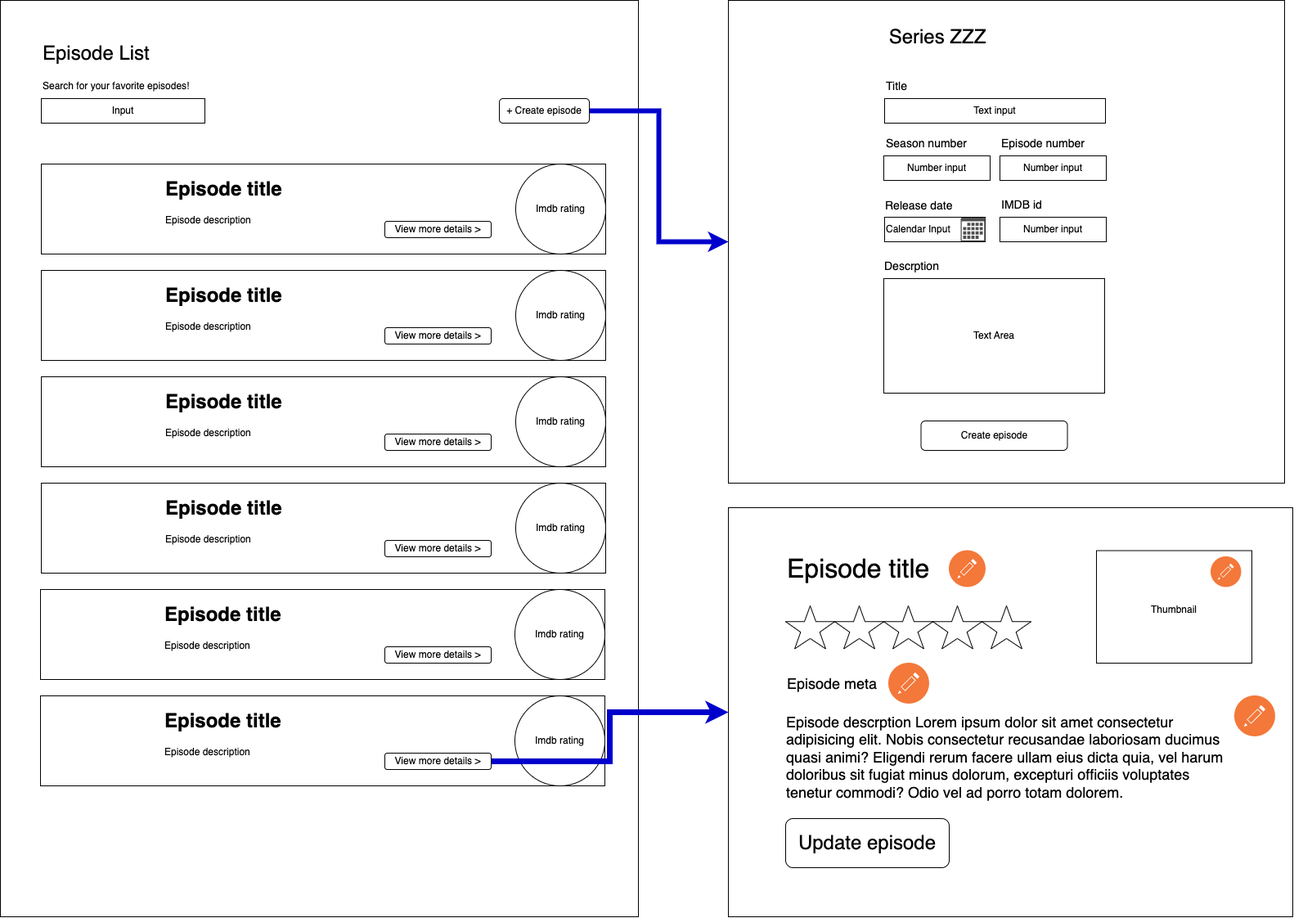
The draw.io diagram wireframes/searchPage.png in FranciscoABMMiranda/Above-Challenge, before a commit. Source tidied: cells renumbered, new cells last; positions are measured from the earlier drawing's top-left corner, leaving out a move shared by most shapes.
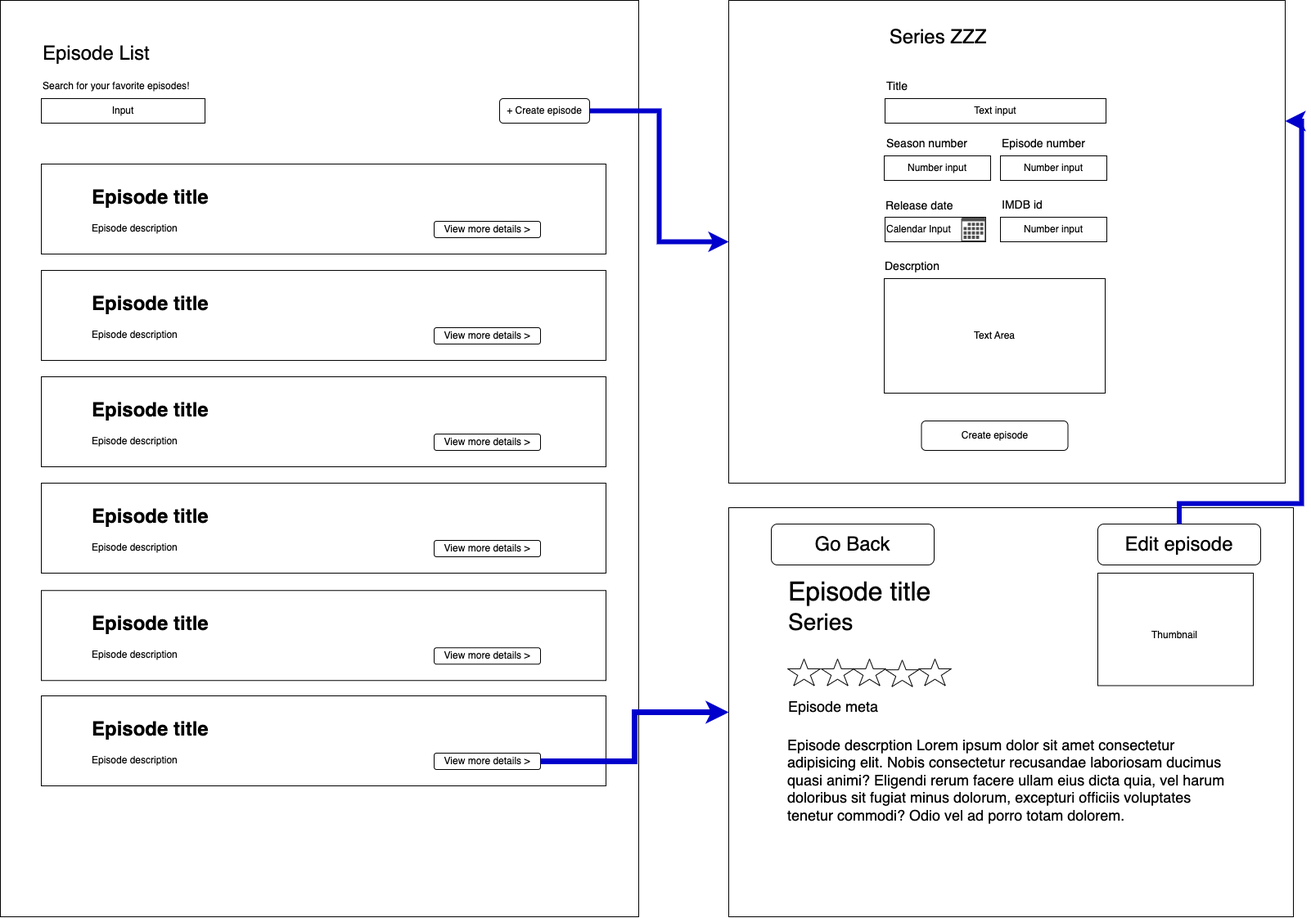
Later version of the same file.

What changed in the source:
```diff
@@ -17,57 +17,9 @@
     <mxCell id="6" style="rounded=0;whiteSpace=wrap;html=1;" parent="1" vertex="1">
       <mxGeometry x="50" y="200" width="690" height="110" as="geometry" />
     </mxCell>
-    <mxCell id="7" value="Imdb rating" style="ellipse;whiteSpace=wrap;html=1;" parent="1" vertex="1">
-      <mxGeometry x="630" y="200" width="110" height="110" as="geometry" />
-    </mxCell>
     <mxCell id="8" value="&lt;h1 style=&quot;margin-top: 0px;&quot;&gt;Episode title&lt;/h1&gt;&lt;div&gt;Episode description&amp;nbsp;&lt;/div&gt;" style="text;html=1;whiteSpace=wrap;overflow=hidden;rounded=0;" parent="1" vertex="1">
-      <mxGeometry x="200" y="210" width="190" height="70" as="geometry" />
+      <mxGeometry x="110" y="220" width="190" height="70" as="geometry" />
     </mxCell>
-    <mxCell id="9" style="rounded=0;whiteSpace=wrap;html=1;" parent="1" vertex="1">
-      <mxGeometry x="50" y="330" width="690" height="110" as="geometry" />
-    </mxCell>
-    <mxCell id="10" value="Imdb rating" style="ellipse;whiteSpace=wrap;html=1;" parent="1" vertex="1">
-      <mxGeometry x="630" y="330" width="110" height="110" as="geometry" />
-    </mxCell>
-    <mxCell id="11" value="&lt;h1 style=&quot;margin-top: 0px;&quot;&gt;Episode title&lt;/h1&gt;&lt;div&gt;Episode description&amp;nbsp;&lt;/div&gt;" style="text;html=1;whiteSpace=wrap;overflow=hidden;rounded=0;" parent="1" vertex="1">
-      <mxGeometry x="200" y="340" width="190" height="70" as="geometry" />
-    </mxCell>
-    <mxCell id="12" style="rounded=0;whiteSpace=wrap;html=1;" parent="1" vertex="1">
-      <mxGeometry x="50" y="460" width="690" height="110" as="geometry" />
-    </mxCell>
-    <mxCell id="13" value="Imdb rating" style="ellipse;whiteSpace=wrap;html=1;" parent="1" vertex="1">
-      <mxGeometry x="630" y="460" width="110" height="110" as="geometry" />
-    </mxCell>
-    <mxCell id="14" value="&lt;h1 style=&quot;margin-top: 0px;&quot;&gt;Episode title&lt;/h1&gt;&lt;div&gt;Episode description&amp;nbsp;&lt;/div&gt;" style="text;html=1;whiteSpace=wrap;overflow=hidden;rounded=0;" parent="1" vertex="1">
-      <mxGeometry x="200" y="470" width="190" height="70" as="geometry" />
-    </mxCell>
-    <mxCell id="15" style="rounded=0;whiteSpace=wrap;html=1;" parent="1" vertex="1">
-      <mxGeometry x="50" y="590" width="690" height="110" as="geometry" />
-    </mxCell>
-    <mxCell id="16" value="Imdb rating" style="ellipse;whiteSpace=wrap;html=1;" parent="1" vertex="1">
-      <mxGeometry x="630" y="590" width="110" height="110" as="geometry" />
-    </mxCell>
-    <mxCell id="17" value="&lt;h1 style=&quot;margin-top: 0px;&quot;&gt;Episode title&lt;/h1&gt;&lt;div&gt;Episode description&amp;nbsp;&lt;/div&gt;" style="text;html=1;whiteSpace=wrap;overflow=hidden;rounded=0;" parent="1" vertex="1">
-      <mxGeometry x="200" y="600" width="190" height="70" as="geometry" />
-    </mxCell>
-    <mxCell id="18" style="rounded=0;whiteSpace=wrap;html=1;" parent="1" vertex="1">
-      <mxGeometry x="49" y="720" width="690" height="110" as="geometry" />
-    </mxCell>
-    <mxCell id="19" value="Imdb rating" style="ellipse;whiteSpace=wrap;html=1;" parent="1" vertex="1">
-      <mxGeometry x="629" y="720" width="110" height="110" as="geometry" />
-    </mxCell>
-    <mxCell id="20" value="&lt;h1 style=&quot;margin-top: 0px;&quot;&gt;Episode title&lt;/h1&gt;&lt;div&gt;Episode description&amp;nbsp;&lt;/div&gt;" style="text;html=1;whiteSpace=wrap;overflow=hidden;rounded=0;" parent="1" vertex="1">
-      <mxGeometry x="199" y="730" width="190" height="70" as="geometry" />
-    </mxCell>
-    <mxCell id="21" style="rounded=0;whiteSpace=wrap;html=1;" parent="1" vertex="1">
-      <mxGeometry x="49" y="850" width="690" height="110" as="geometry" />
-    </mxCell>
-    <mxCell id="22" value="Imdb rating" style="ellipse;whiteSpace=wrap;html=1;" parent="1" vertex="1">
-      <mxGeometry x="629" y="850" width="110" height="110" as="geometry" />
-    </mxCell>
-    <mxCell id="23" value="&lt;h1 style=&quot;margin-top: 0px;&quot;&gt;Episode title&lt;/h1&gt;&lt;div&gt;Episode description&amp;nbsp;&lt;/div&gt;" style="text;html=1;whiteSpace=wrap;overflow=hidden;rounded=0;" parent="1" vertex="1">
-      <mxGeometry x="199" y="860" width="190" height="70" as="geometry" />
-    </mxCell>
     <mxCell id="24" style="edgeStyle=orthogonalEdgeStyle;rounded=0;jettySize=auto;html=1;exitX=1;exitY=0.5;exitDx=0;exitDy=0;strokeWidth=6;strokeColor=#0000CC;" parent="1" edge="1" source="25" target="48">
       <mxGeometry relative="1" as="geometry" />
     </mxCell>
@@ -75,70 +27,31 @@
       <mxGeometry x="610" y="120" width="110" height="30" as="geometry" />
     </mxCell>
     <mxCell id="26" value="View more details &amp;gt;" style="rounded=1;whiteSpace=wrap;html=1;" parent="1" vertex="1">
-      <mxGeometry x="470" y="270" width="130" height="20" as="geometry" />
+      <mxGeometry x="530" y="270" width="130" height="20" as="geometry" />
     </mxCell>
-    <mxCell id="27" value="View more details &amp;gt;" style="rounded=1;whiteSpace=wrap;html=1;" parent="1" vertex="1">
-      <mxGeometry x="470" y="400" width="130" height="20" as="geometry" />
-    </mxCell>
-    <mxCell id="28" value="View more details &amp;gt;" style="rounded=1;whiteSpace=wrap;html=1;" parent="1" vertex="1">
-      <mxGeometry x="470" y="530" width="130" height="20" as="geometry" />
-    </mxCell>
-    <mxCell id="29" value="View more details &amp;gt;" style="rounded=1;whiteSpace=wrap;html=1;" parent="1" vertex="1">
-      <mxGeometry x="470" y="660" width="130" height="20" as="geometry" />
-    </mxCell>
-    <mxCell id="30" value="View more details &amp;gt;" style="rounded=1;whiteSpace=wrap;html=1;" parent="1" vertex="1">
-      <mxGeometry x="470" y="790" width="130" height="20" as="geometry" />
-    </mxCell>
-    <mxCell id="31" style="edgeStyle=orthogonalEdgeStyle;rounded=0;jettySize=auto;html=1;entryX=0;entryY=0.5;entryDx=0;entryDy=0;strokeWidth=7;strokeColor=#0000CC;" parent="1" edge="1" source="32" target="33">
-      <mxGeometry relative="1" as="geometry" />
-    </mxCell>
-    <mxCell id="32" value="View more details &amp;gt;" style="rounded=1;whiteSpace=wrap;html=1;" parent="1" vertex="1">
-      <mxGeometry x="470" y="920" width="130" height="20" as="geometry" />
-    </mxCell>
     <mxCell id="33" style="rounded=0;whiteSpace=wrap;html=1;" parent="1" vertex="1">
       <mxGeometry x="890" y="620" width="690" height="500" as="geometry" />
     </mxCell>
     <mxCell id="34" value="&lt;font style=&quot;font-size: 32px;&quot;&gt;Episode title&lt;/font&gt;" style="text;html=1;align=left;verticalAlign=middle;whiteSpace=wrap;rounded=0;" parent="1" vertex="1">
-      <mxGeometry x="960" y="680" width="200" height="30" as="geometry" />
+      <mxGeometry x="961" y="707.5" width="200" height="30" as="geometry" />
     </mxCell>
-    <mxCell id="35" style="image;perimeter=ellipsePerimeter;html=1;align=center;shadow=0;dashed=0;fontColor=#4277BB;labelBackgroundColor=default;fontSize=12;spacingTop=3;image=img/lib/ibm/devops/code_editor.svg;" parent="1" vertex="1">
-      <mxGeometry x="1160" y="672.5" width="45" height="45" as="geometry" />
-    </mxCell>
     <mxCell id="36" value="&lt;font style=&quot;font-size: 18px;&quot;&gt;Episode descrption Lorem ipsum dolor sit amet consectetur adipisicing elit. Nobis consectetur recusandae laboriosam ducimus quasi animi? Eligendi rerum facere ullam eius dicta quia, vel harum doloribus sit fugiat minus dolorum, excepturi officiis voluptates tenetur commodi? Odio vel ad porro totam dolorem.&lt;/font&gt;" style="text;html=1;align=left;verticalAlign=middle;whiteSpace=wrap;rounded=0;" parent="1" vertex="1">
-      <mxGeometry x="959" y="870" width="550" height="110" as="geometry" />
+      <mxGeometry x="960" y="897.5" width="550" height="110" as="geometry" />
     </mxCell>
-    <mxCell id="37" style="image;perimeter=ellipsePerimeter;html=1;align=center;shadow=0;dashed=0;fontColor=#4277BB;labelBackgroundColor=default;fontSize=12;spacingTop=3;image=img/lib/ibm/devops/code_editor.svg;" parent="1" vertex="1">
-      <mxGeometry x="1509" y="850" width="50" height="50" as="geometry" />
-    </mxCell>
     <mxCell id="38" style="verticalLabelPosition=bottom;verticalAlign=top;html=1;shape=mxgraph.basic.star;" parent="1" vertex="1">
-      <mxGeometry x="960" y="740" width="60" height="52.5" as="geometry" />
+      <mxGeometry x="962" y="805" width="40" height="32.5" as="geometry" />
     </mxCell>
-    <mxCell id="39" style="verticalLabelPosition=bottom;verticalAlign=top;html=1;shape=mxgraph.basic.star;" parent="1" vertex="1">
-      <mxGeometry x="1020" y="740" width="60" height="52.5" as="geometry" />
-    </mxCell>
-    <mxCell id="40" style="verticalLabelPosition=bottom;verticalAlign=top;html=1;shape=mxgraph.basic.star;" parent="1" vertex="1">
-      <mxGeometry x="1200" y="740" width="60" height="52.5" as="geometry" />
-    </mxCell>
-    <mxCell id="41" style="verticalLabelPosition=bottom;verticalAlign=top;html=1;shape=mxgraph.basic.star;" parent="1" vertex="1">
-      <mxGeometry x="1140" y="740" width="60" height="52.5" as="geometry" />
-    </mxCell>
-    <mxCell id="42" style="verticalLabelPosition=bottom;verticalAlign=top;html=1;shape=mxgraph.basic.star;" parent="1" vertex="1">
-      <mxGeometry x="1080" y="740" width="60" height="52.5" as="geometry" />
-    </mxCell>
     <mxCell id="43" style="rounded=0;whiteSpace=wrap;html=1;" parent="1" vertex="1">
-      <mxGeometry x="1340" y="672.5" width="190" height="137.5" as="geometry" />
+      <mxGeometry x="1341" y="700" width="190" height="137.5" as="geometry" />
     </mxCell>
     <mxCell id="44" value="Thumbnail" style="text;html=1;align=center;verticalAlign=middle;whiteSpace=wrap;rounded=0;" parent="1" vertex="1">
-      <mxGeometry x="1405" y="730" width="60" height="30" as="geometry" />
+      <mxGeometry x="1405" y="761.2" width="60" height="30" as="geometry" />
     </mxCell>
-    <mxCell id="45" style="image;perimeter=ellipsePerimeter;html=1;align=center;shadow=0;dashed=0;fontColor=#4277BB;labelBackgroundColor=default;fontSize=12;spacingTop=3;image=img/lib/ibm/devops/code_editor.svg;" parent="1" vertex="1">
-      <mxGeometry x="1480" y="680" width="37.5" height="37.5" as="geometry" />
-    </mxCell>
-    <mxCell id="46" value="&lt;font style=&quot;font-size: 24px;&quot;&gt;Update&amp;nbsp;episode&lt;/font&gt;" style="rounded=1;whiteSpace=wrap;html=1;" parent="1" vertex="1">
-      <mxGeometry x="960" y="1000" width="200" height="60" as="geometry" />
+    <mxCell id="46" value="&lt;font style=&quot;font-size: 24px;&quot;&gt;Edit episode&lt;/font&gt;" style="rounded=1;whiteSpace=wrap;html=1;" parent="1" vertex="1">
+      <mxGeometry x="1341" y="640" width="199" height="50" as="geometry" />
     </mxCell>
     <mxCell id="47" value="&lt;font style=&quot;font-size: 18px;&quot;&gt;Episode meta&lt;/font&gt;" style="text;html=1;align=left;verticalAlign=middle;whiteSpace=wrap;rounded=0;" parent="1" vertex="1">
-      <mxGeometry x="960" y="820" width="260" height="30" as="geometry" />
+      <mxGeometry x="961" y="847.5" width="260" height="30" as="geometry" />
     </mxCell>
     <mxCell id="48" style="rounded=0;whiteSpace=wrap;html=1;" parent="1" vertex="1">
       <mxGeometry x="890" width="680" height="590" as="geometry" />
@@ -188,8 +101,74 @@
     <mxCell id="63" value="Create episode" style="rounded=1;whiteSpace=wrap;html=1;" parent="1" vertex="1">
       <mxGeometry x="1125.5" y="514" width="179" height="36" as="geometry" />
     </mxCell>
-    <mxCell id="64" style="image;perimeter=ellipsePerimeter;html=1;align=center;shadow=0;dashed=0;fontColor=#4277BB;labelBackgroundColor=default;fontSize=12;spacingTop=3;image=img/lib/ibm/devops/code_editor.svg;" parent="1" vertex="1">
-      <mxGeometry x="1086" y="810" width="50" height="50" as="geometry" />
-    </mxCell>
+    <mxCell id="65" value="&lt;font style=&quot;font-size: 28px;&quot;&gt;Series&lt;/font&gt;" style="text;html=1;align=left;verticalAlign=middle;whiteSpace=wrap;rounded=0;" parent="1" vertex="1">
+      <mxGeometry x="961" y="745" width="200" height="30" as="geometry" />
+    </mxCell>
+    <mxCell id="66" style="verticalLabelPosition=bottom;verticalAlign=top;html=1;shape=mxgraph.basic.star;" parent="1" vertex="1">
+      <mxGeometry x="1003" y="805" width="40" height="32.5" as="geometry" />
+    </mxCell>
+    <mxCell id="67" style="verticalLabelPosition=bottom;verticalAlign=top;html=1;shape=mxgraph.basic.star;" parent="1" vertex="1">
+      <mxGeometry x="1042" y="805" width="40" height="32.5" as="geometry" />
+    </mxCell>
+    <mxCell id="68" style="verticalLabelPosition=bottom;verticalAlign=top;html=1;shape=mxgraph.basic.star;" parent="1" vertex="1">
+      <mxGeometry x="1082" y="806.2" width="40" height="32.5" as="geometry" />
+    </mxCell>
+    <mxCell id="69" style="verticalLabelPosition=bottom;verticalAlign=top;html=1;shape=mxgraph.basic.star;" parent="1" vertex="1">
+      <mxGeometry x="1122" y="805" width="40" height="32.5" as="geometry" />
+    </mxCell>
+    <mxCell id="9" style="rounded=0;whiteSpace=wrap;html=1;" parent="1" vertex="1">
+      <mxGeometry x="50" y="330" width="690" height="110" as="geometry" />
+    </mxCell>
+    <mxCell id="70" value="&lt;h1 style=&quot;margin-top: 0px;&quot;&gt;Episode title&lt;/h1&gt;&lt;div&gt;Episode description&amp;nbsp;&lt;/div&gt;" style="text;html=1;whiteSpace=wrap;overflow=hidden;rounded=0;" parent="1" vertex="1">
+      <mxGeometry x="110" y="350" width="190" height="70" as="geometry" />
+    </mxCell>
+    <mxCell id="71" value="View more details &amp;gt;" style="rounded=1;whiteSpace=wrap;html=1;" parent="1" vertex="1">
+      <mxGeometry x="530" y="400" width="130" height="20" as="geometry" />
+    </mxCell>
+    <mxCell id="12" style="rounded=0;whiteSpace=wrap;html=1;" parent="1" vertex="1">
+      <mxGeometry x="50" y="460" width="690" height="110" as="geometry" />
+    </mxCell>
+    <mxCell id="72" value="&lt;h1 style=&quot;margin-top: 0px;&quot;&gt;Episode title&lt;/h1&gt;&lt;div&gt;Episode description&amp;nbsp;&lt;/div&gt;" style="text;html=1;whiteSpace=wrap;overflow=hidden;rounded=0;" parent="1" vertex="1">
+      <mxGeometry x="110" y="480" width="190" height="70" as="geometry" />
+    </mxCell>
+    <mxCell id="73" value="View more details &amp;gt;" style="rounded=1;whiteSpace=wrap;html=1;" parent="1" vertex="1">
+      <mxGeometry x="530" y="530" width="130" height="20" as="geometry" />
+    </mxCell>
+    <mxCell id="15" style="rounded=0;whiteSpace=wrap;html=1;" parent="1" vertex="1">
+      <mxGeometry x="50" y="590" width="690" height="110" as="geometry" />
+    </mxCell>
+    <mxCell id="74" value="&lt;h1 style=&quot;margin-top: 0px;&quot;&gt;Episode title&lt;/h1&gt;&lt;div&gt;Episode description&amp;nbsp;&lt;/div&gt;" style="text;html=1;whiteSpace=wrap;overflow=hidden;rounded=0;" parent="1" vertex="1">
+      <mxGeometry x="110" y="610" width="190" height="70" as="geometry" />
+    </mxCell>
+    <mxCell id="75" value="View more details &amp;gt;" style="rounded=1;whiteSpace=wrap;html=1;" parent="1" vertex="1">
+      <mxGeometry x="530" y="660" width="130" height="20" as="geometry" />
+    </mxCell>
+    <mxCell id="76" style="rounded=0;whiteSpace=wrap;html=1;" parent="1" vertex="1">
+      <mxGeometry x="50" y="850" width="690" height="110" as="geometry" />
+    </mxCell>
+    <mxCell id="77" value="&lt;h1 style=&quot;margin-top: 0px;&quot;&gt;Episode title&lt;/h1&gt;&lt;div&gt;Episode description&amp;nbsp;&lt;/div&gt;" style="text;html=1;whiteSpace=wrap;overflow=hidden;rounded=0;" parent="1" vertex="1">
+      <mxGeometry x="110" y="870" width="190" height="70" as="geometry" />
+    </mxCell>
+    <mxCell id="78" value="View more details &amp;gt;" style="rounded=1;whiteSpace=wrap;html=1;" parent="1" vertex="1">
+      <mxGeometry x="530" y="920" width="130" height="20" as="geometry" />
+    </mxCell>
+    <mxCell id="31" style="edgeStyle=orthogonalEdgeStyle;rounded=0;jettySize=auto;html=1;entryX=0;entryY=0.5;entryDx=0;entryDy=0;strokeWidth=7;strokeColor=#0000CC;exitX=1;exitY=0.5;exitDx=0;exitDy=0;" parent="1" edge="1" source="78" target="33">
+      <mxGeometry relative="1" as="geometry" />
+    </mxCell>
+    <mxCell id="79" style="rounded=0;whiteSpace=wrap;html=1;" parent="1" vertex="1">
+      <mxGeometry x="50" y="721.2" width="690" height="110" as="geometry" />
+    </mxCell>
+    <mxCell id="80" value="&lt;h1 style=&quot;margin-top: 0px;&quot;&gt;Episode title&lt;/h1&gt;&lt;div&gt;Episode description&amp;nbsp;&lt;/div&gt;" style="text;html=1;whiteSpace=wrap;overflow=hidden;rounded=0;" parent="1" vertex="1">
+      <mxGeometry x="110" y="741.2" width="190" height="70" as="geometry" />
+    </mxCell>
+    <mxCell id="81" value="View more details &amp;gt;" style="rounded=1;whiteSpace=wrap;html=1;" parent="1" vertex="1">
+      <mxGeometry x="530" y="791.2" width="130" height="20" as="geometry" />
+    </mxCell>
+    <mxCell id="82" value="&lt;font style=&quot;font-size: 24px;&quot;&gt;Go Back&lt;/font&gt;" style="rounded=1;whiteSpace=wrap;html=1;" parent="1" vertex="1">
+      <mxGeometry x="942" y="640" width="199" height="50" as="geometry" />
+    </mxCell>
+    <mxCell id="83" style="edgeStyle=orthogonalEdgeStyle;rounded=0;jettySize=auto;html=1;exitX=0.5;exitY=0;exitDx=0;exitDy=0;strokeWidth=6;strokeColor=#0000CC;entryX=1;entryY=0.25;entryDx=0;entryDy=0;" parent="1" edge="1" source="46" target="48">
+      <mxGeometry relative="1" as="geometry" />
+    </mxCell>
   </root>
 </mxGraphModel>
```
